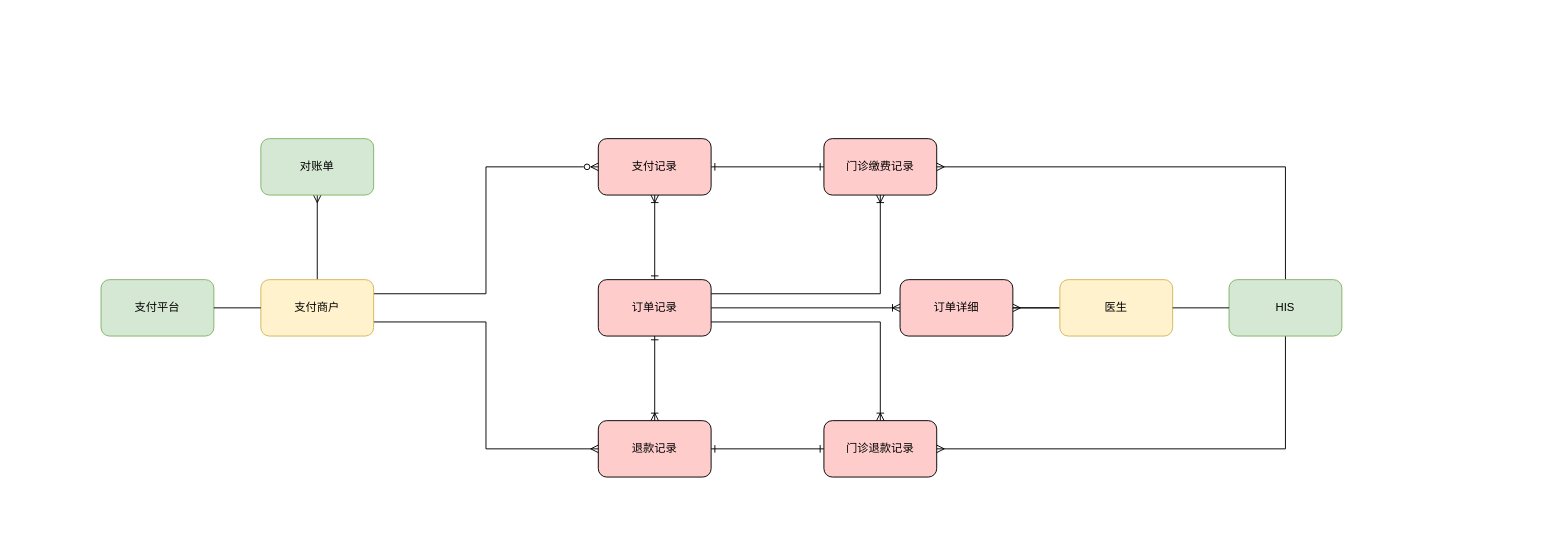
This is Untitled Diagram.drawio from wswjz/process, a draw.io file, before an edit. Source tidied: cells renumbered, new cells numbered last; positions are measured from the earlier drawing's top-left corner, leaving out a move shared by most shapes. Both pictures are drawn from the tidied source at 94%, with x=0, y=0 at pixel (101, 138).
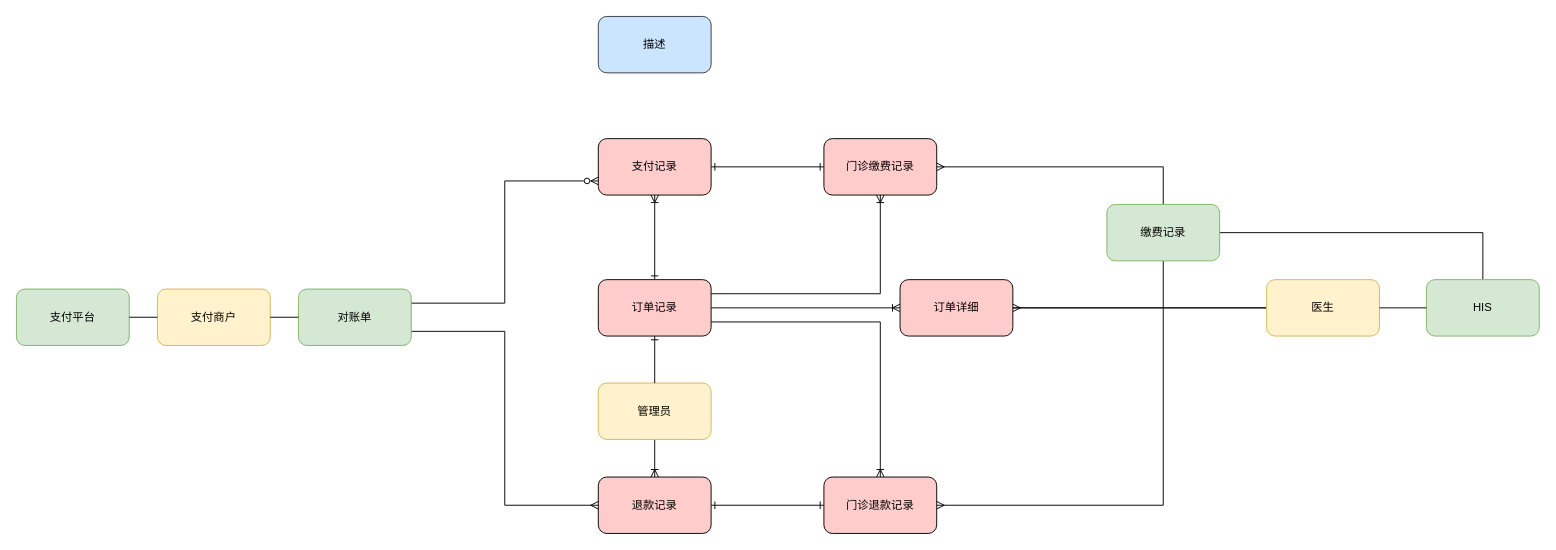
Above is the later version.

The change refers to these unchanged cells:
```xml
<mxCell id="7" value="订单记录" style="rounded=1;whiteSpace=wrap;html=1;fillColor=#FFCCCC;" parent="1" vertex="1">
  <mxGeometry x="529" y="150" width="120" height="60" as="geometry" />
</mxCell>
<mxCell id="9" value="支付记录" style="rounded=1;whiteSpace=wrap;html=1;fillColor=#FFCCCC;" parent="1" vertex="1">
  <mxGeometry x="529" width="120" height="60" as="geometry" />
</mxCell>
<mxCell id="12" value="门诊缴费记录" style="whiteSpace=wrap;html=1;rounded=1;fillColor=#FFCCCC;" parent="1" vertex="1">
  <mxGeometry x="769" width="120" height="60" as="geometry" />
</mxCell>
```

Change to the diagram source:
```diff
@@
-    <mxCell id="4" style="edgeStyle=orthogonalEdgeStyle;rounded=0;jettySize=auto;html=1;exitX=0.5;exitY=1;exitDx=0;exitDy=0;endArrow=ERoneToMany;endFill=0;startArrow=ERone;startFill=0;" parent="1" edge="1" source="7" target="11">
+    <mxCell id="4" style="edgeStyle=orthogonalEdgeStyle;rounded=0;jettySize=auto;html=1;exitX=0.5;exitY=1;exitDx=0;exitDy=0;endArrow=ERoneToMany;endFill=0;startArrow=none;startFill=0;" parent="1" edge="1" source="30" target="11">
       <mxGeometry relative="1" as="geometry" />
     </mxCell>
@@
     <mxCell id="11" value="退款记录" style="rounded=1;whiteSpace=wrap;html=1;fillColor=#FFCCCC;" parent="1" vertex="1">
-      <mxGeometry x="529" y="300" width="120" height="60" as="geometry" />
+      <mxGeometry x="529" y="360" width="120" height="60" as="geometry" />
     </mxCell>
@@
     <mxCell id="13" value="门诊退款记录" style="whiteSpace=wrap;html=1;rounded=1;fillColor=#FFCCCC;" parent="1" vertex="1">
-      <mxGeometry x="769" y="300" width="120" height="60" as="geometry" />
+      <mxGeometry x="769" y="360" width="120" height="60" as="geometry" />
     </mxCell>
@@
-    <mxCell id="16" style="edgeStyle=orthogonalEdgeStyle;rounded=0;jettySize=auto;html=1;exitX=0.5;exitY=0;exitDx=0;exitDy=0;entryX=1;entryY=0.5;entryDx=0;entryDy=0;startArrow=none;startFill=0;endArrow=ERmany;endFill=0;" parent="1" edge="1" source="18" target="12">
+    <mxCell id="16" style="edgeStyle=orthogonalEdgeStyle;rounded=0;jettySize=auto;html=1;exitX=0.5;exitY=0;exitDx=0;exitDy=0;entryX=1;entryY=0.5;entryDx=0;entryDy=0;startArrow=none;startFill=0;endArrow=ERmany;endFill=0;" parent="1" edge="1" source="33" target="12">
       <mxGeometry relative="1" as="geometry" />
     </mxCell>
-    <mxCell id="17" style="edgeStyle=orthogonalEdgeStyle;rounded=0;jettySize=auto;html=1;exitX=0.5;exitY=1;exitDx=0;exitDy=0;entryX=1;entryY=0.5;entryDx=0;entryDy=0;startArrow=none;startFill=0;endArrow=ERmany;endFill=0;" parent="1" edge="1" source="18" target="13">
+    <mxCell id="17" style="edgeStyle=orthogonalEdgeStyle;rounded=0;jettySize=auto;html=1;exitX=0.5;exitY=1;exitDx=0;exitDy=0;entryX=1;entryY=0.5;entryDx=0;entryDy=0;startArrow=none;startFill=0;endArrow=ERmany;endFill=0;" parent="1" edge="1" source="33" target="13">
       <mxGeometry relative="1" as="geometry" />
     </mxCell>
+    <mxCell id="29" style="edgeStyle=orthogonalEdgeStyle;rounded=0;jettySize=auto;html=1;exitX=0.5;exitY=0;exitDx=0;exitDy=0;entryX=1;entryY=0.5;entryDx=0;entryDy=0;startArrow=none;startFill=0;endArrow=none;endFill=0;" parent="1" edge="1" source="18" target="33">
+      <mxGeometry relative="1" as="geometry" />
+    </mxCell>
     <mxCell id="18" value="HIS" style="rounded=1;whiteSpace=wrap;html=1;fillColor=#d5e8d4;strokeColor=#82b366;" parent="1" vertex="1">
-      <mxGeometry x="1200" y="150" width="120" height="60" as="geometry" />
+      <mxGeometry x="1410" y="150" width="120" height="60" as="geometry" />
     </mxCell>
-    <mxCell id="19" style="edgeStyle=orthogonalEdgeStyle;rounded=0;jettySize=auto;html=1;exitX=1;exitY=0.75;exitDx=0;exitDy=0;entryX=0;entryY=0.5;entryDx=0;entryDy=0;startArrow=none;startFill=0;endArrow=ERmany;endFill=0;" parent="1" edge="1" source="26" target="11">
+    <mxCell id="19" style="edgeStyle=orthogonalEdgeStyle;rounded=0;jettySize=auto;html=1;exitX=1;exitY=0.75;exitDx=0;exitDy=0;entryX=0;entryY=0.5;entryDx=0;entryDy=0;startArrow=none;startFill=0;endArrow=ERmany;endFill=0;" parent="1" edge="1" source="28" target="11">
       <mxGeometry relative="1" as="geometry" />
     </mxCell>
-    <mxCell id="20" style="edgeStyle=orthogonalEdgeStyle;rounded=0;jettySize=auto;html=1;exitX=0.5;exitY=0;exitDx=0;exitDy=0;startArrow=none;startFill=0;endArrow=ERmany;endFill=0;" parent="1" edge="1" source="26" target="28">
-      <mxGeometry relative="1" as="geometry" />
-    </mxCell>
     <mxCell id="21" value="支付平台" style="rounded=1;whiteSpace=wrap;html=1;fillColor=#d5e8d4;strokeColor=#82b366;" parent="1" vertex="1">
-      <mxGeometry y="150" width="120" height="60" as="geometry" />
+      <mxGeometry x="-90" y="160" width="120" height="60" as="geometry" />
     </mxCell>
-    <mxCell id="22" style="edgeStyle=orthogonalEdgeStyle;rounded=0;jettySize=auto;html=1;exitX=1;exitY=0.25;exitDx=0;exitDy=0;entryX=0;entryY=0.5;entryDx=0;entryDy=0;startArrow=none;startFill=0;endArrow=ERzeroToMany;endFill=0;" parent="1" edge="1" source="26" target="9">
+    <mxCell id="22" style="edgeStyle=orthogonalEdgeStyle;rounded=0;jettySize=auto;html=1;exitX=1;exitY=0.25;exitDx=0;exitDy=0;entryX=0;entryY=0.75;entryDx=0;entryDy=0;startArrow=none;startFill=0;endArrow=ERzeroToMany;endFill=0;" parent="1" edge="1" source="28" target="9">
       <mxGeometry relative="1" as="geometry" />
     </mxCell>
@@
     <mxCell id="24" value="医生" style="whiteSpace=wrap;html=1;fillColor=#fff2cc;strokeColor=#d6b656;rounded=1;" parent="1" vertex="1">
-      <mxGeometry x="1020" y="150" width="120" height="60" as="geometry" />
+      <mxGeometry x="1240" y="150" width="120" height="60" as="geometry" />
     </mxCell>
@@
     <mxCell id="26" value="支付商户" style="whiteSpace=wrap;html=1;fillColor=#fff2cc;strokeColor=#d6b656;rounded=1;" parent="1" vertex="1">
-      <mxGeometry x="170" y="150" width="120" height="60" as="geometry" />
+      <mxGeometry x="60" y="160" width="120" height="60" as="geometry" />
     </mxCell>
@@
+    <mxCell id="30" value="管理员" style="whiteSpace=wrap;html=1;fillColor=#fff2cc;strokeColor=#d6b656;rounded=1;" parent="1" vertex="1">
+      <mxGeometry x="529" y="260" width="120" height="60" as="geometry" />
+    </mxCell>
+    <mxCell id="31" style="edgeStyle=orthogonalEdgeStyle;rounded=0;jettySize=auto;html=1;exitX=0.5;exitY=1;exitDx=0;exitDy=0;endArrow=none;endFill=0;startArrow=ERone;startFill=0;" parent="1" edge="1" source="7" target="30">
+      <mxGeometry relative="1" as="geometry" />
+    </mxCell>
+    <mxCell id="32" value="描述" style="rounded=1;whiteSpace=wrap;html=1;fillColor=#cce5ff;strokeColor=#36393d;" parent="1" vertex="1">
+      <mxGeometry x="529" y="-130" width="120" height="60" as="geometry" />
+    </mxCell>
     <mxCell id="28" value="对账单" style="rounded=1;whiteSpace=wrap;html=1;fillColor=#d5e8d4;strokeColor=#82b366;" parent="1" vertex="1">
-      <mxGeometry x="170" width="120" height="60" as="geometry" />
+      <mxGeometry x="210" y="160" width="120" height="60" as="geometry" />
     </mxCell>
+    <mxCell id="20" style="edgeStyle=orthogonalEdgeStyle;rounded=0;jettySize=auto;html=1;exitX=1;exitY=0.5;exitDx=0;exitDy=0;entryX=0;entryY=0.5;entryDx=0;entryDy=0;startArrow=none;startFill=0;endArrow=none;endFill=0;" parent="1" edge="1" source="26" target="28">
+      <mxGeometry relative="1" as="geometry" />
+    </mxCell>
+    <mxCell id="33" value="缴费记录" style="rounded=1;whiteSpace=wrap;html=1;fillColor=#d5e8d4;strokeColor=#82b366;" parent="1" vertex="1">
+      <mxGeometry x="1070" y="70" width="120" height="60" as="geometry" />
+    </mxCell>
```
